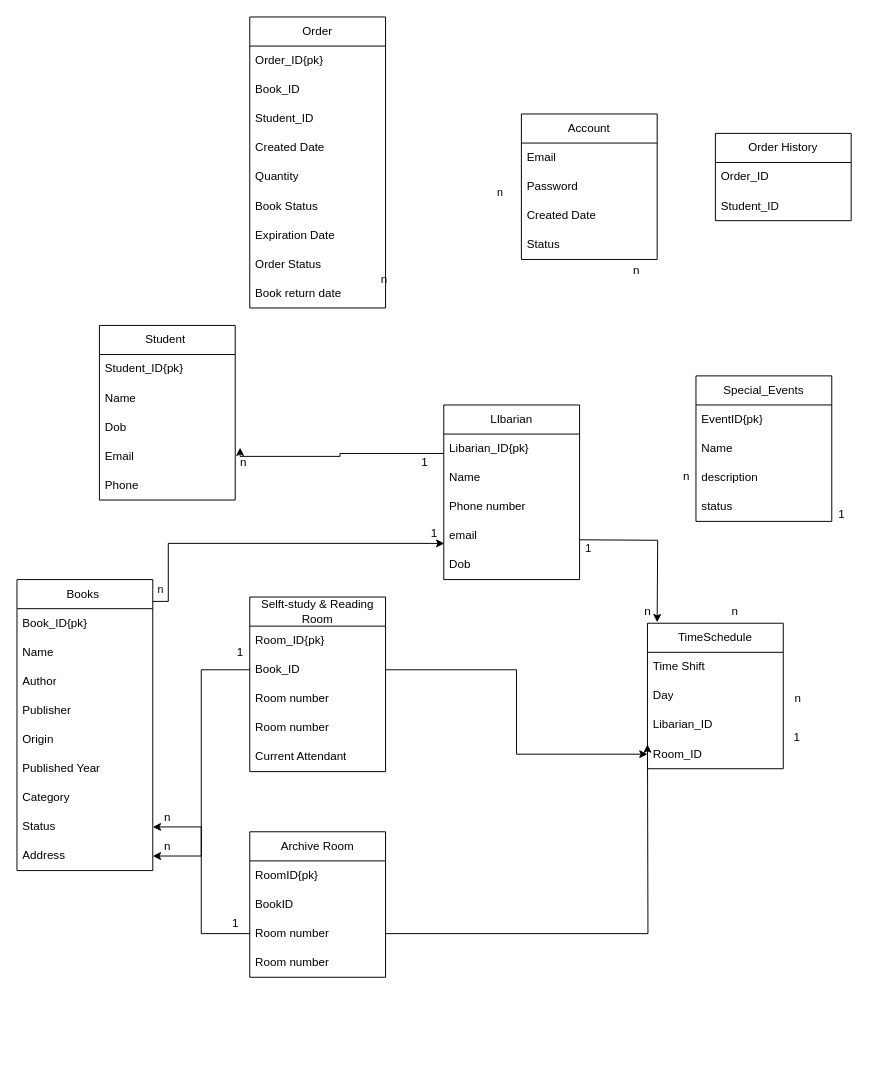
This is table_relations.drawio from Dovanvu09/LibraryManagement, a draw.io file, before an edit. Source tidied: cells renumbered, new cells numbered last; positions are measured from the earlier drawing's top-left corner, leaving out a move shared by most shapes. Both pictures are drawn from the tidied source at 97%, with x=0, y=0 at pixel (16, 16).
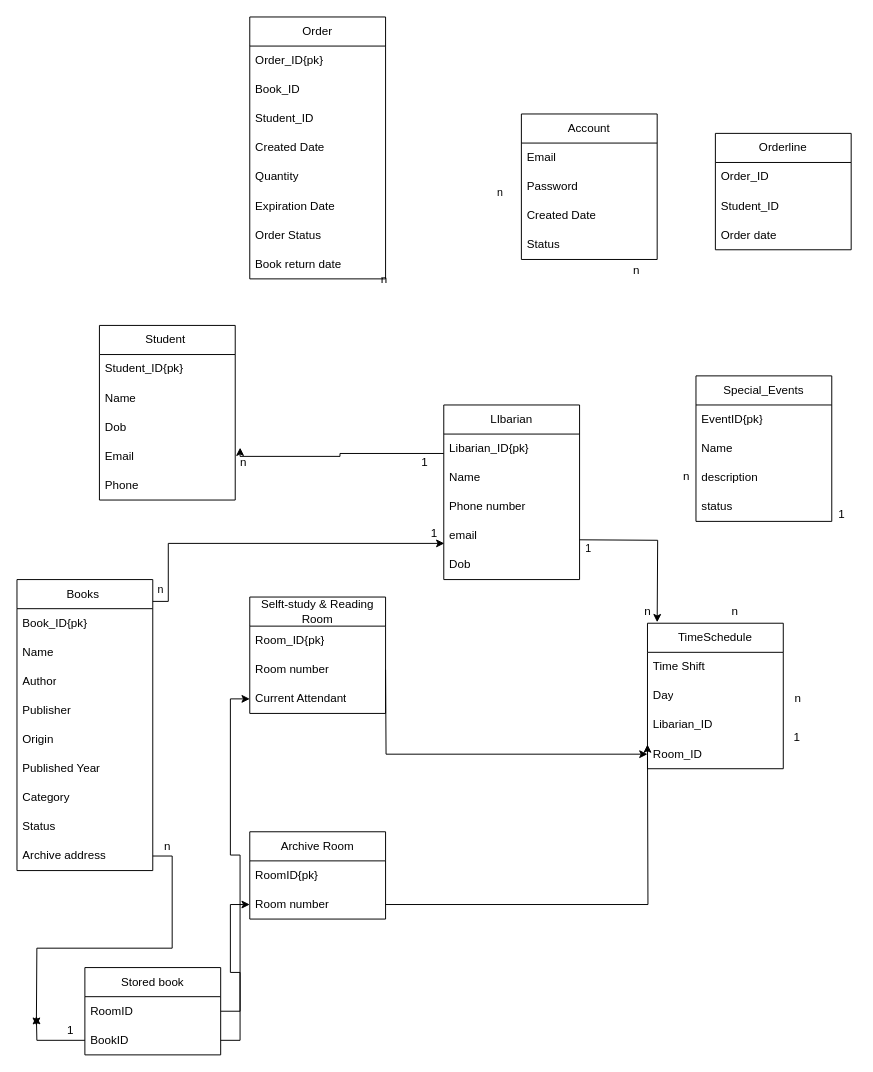
The same diagram, later.

Commit message:
Cập nhật table_relations.drawio

The change refers to these unchanged cells:
```xml
<mxCell id="10" value="Books&amp;nbsp;" style="swimlane;fontStyle=0;horizontal=1;startSize=30;whiteSpace=wrap;html=1;" parent="1" vertex="1">
  <mxGeometry y="580" width="140" height="300" as="geometry" />
</mxCell>
<mxCell id="18" value="Status" style="text;strokeColor=none;fillColor=none;align=left;verticalAlign=middle;spacingLeft=4;spacingRight=4;overflow=hidden;points=[[0,0.5],[1,0.5]];portConstraint=eastwest;whiteSpace=wrap;html=1;" parent="10" vertex="1">
  <mxGeometry y="240" width="140" height="30" as="geometry" />
</mxCell>
<mxCell id="30" value="Room_ID" style="text;strokeColor=none;fillColor=none;align=left;verticalAlign=middle;spacingLeft=4;spacingRight=4;overflow=hidden;points=[[0,0.5],[1,0.5]];portConstraint=eastwest;whiteSpace=wrap;html=1;" parent="26" vertex="1">
  <mxGeometry y="120" width="140" height="30" as="geometry" />
</mxCell>
```

What changed in the source:
```diff
@@
+    <mxCell id="88" style="edgeStyle=orthogonalEdgeStyle;rounded=0;jettySize=auto;html=1;exitX=1;exitY=0.5;exitDx=0;exitDy=0;" parent="10" edge="1" source="19">
+      <mxGeometry relative="1" as="geometry">
+        <mxPoint x="20" y="460" as="targetPoint" />
+      </mxGeometry>
+    </mxCell>
-    <mxCell id="19" value="Address" style="text;strokeColor=none;fillColor=none;align=left;verticalAlign=middle;spacingLeft=4;spacingRight=4;overflow=hidden;points=[[0,0.5],[1,0.5]];portConstraint=eastwest;whiteSpace=wrap;html=1;" parent="10" vertex="1">
+    <mxCell id="19" value="Archive address" style="text;strokeColor=none;fillColor=none;align=left;verticalAlign=middle;spacingLeft=4;spacingRight=4;overflow=hidden;points=[[0,0.5],[1,0.5]];portConstraint=eastwest;whiteSpace=wrap;html=1;" parent="10" vertex="1">
       <mxGeometry y="270" width="140" height="30" as="geometry" />
     </mxCell>
     <mxCell id="20" value="Selft-study &amp;amp; Reading Room" style="swimlane;fontStyle=0;horizontal=1;startSize=30;whiteSpace=wrap;html=1;" parent="1" vertex="1">
-      <mxGeometry x="240" y="598" width="140" height="180" as="geometry" />
+      <mxGeometry x="240" y="598" width="140" height="120" as="geometry" />
     </mxCell>
@@
-    <mxCell id="22" value="Book_ID" style="text;strokeColor=none;fillColor=none;align=left;verticalAlign=middle;spacingLeft=4;spacingRight=4;overflow=hidden;points=[[0,0.5],[1,0.5]];portConstraint=eastwest;whiteSpace=wrap;html=1;" parent="20" vertex="1">
-      <mxGeometry y="60" width="140" height="30" as="geometry" />
-    </mxCell>
     <mxCell id="23" value="Room number" style="text;strokeColor=none;fillColor=none;align=left;verticalAlign=middle;spacingLeft=4;spacingRight=4;overflow=hidden;whiteSpace=wrap;html=1;" parent="20" vertex="1">
-      <mxGeometry y="90" width="140" height="30" as="geometry" />
+      <mxGeometry y="60" width="140" height="30" as="geometry" />
     </mxCell>
-    <mxCell id="24" value="Room number" style="text;strokeColor=none;fillColor=none;align=left;verticalAlign=middle;spacingLeft=4;spacingRight=4;overflow=hidden;whiteSpace=wrap;html=1;" parent="20" vertex="1">
-      <mxGeometry y="120" width="140" height="30" as="geometry" />
-    </mxCell>
     <mxCell id="25" value="Current Attendant" style="text;strokeColor=none;fillColor=none;align=left;verticalAlign=middle;spacingLeft=4;spacingRight=4;overflow=hidden;points=[[0,0.5],[1,0.5]];portConstraint=eastwest;whiteSpace=wrap;html=1;" parent="20" vertex="1">
-      <mxGeometry y="150" width="140" height="30" as="geometry" />
+      <mxGeometry y="90" width="140" height="30" as="geometry" />
     </mxCell>
@@
-    <mxCell id="48" style="edgeStyle=orthogonalEdgeStyle;rounded=0;jettySize=auto;html=1;exitX=0;exitY=0.5;exitDx=0;exitDy=0;entryX=1;entryY=0.5;entryDx=0;entryDy=0;" parent="1" edge="1" source="22" target="19">
-      <mxGeometry relative="1" as="geometry" />
-    </mxCell>
-    <mxCell id="49" value="1" style="text;html=1;align=center;verticalAlign=middle;strokeColor=none;fillColor=none;" parent="1" vertex="1">
-      <mxGeometry x="215" y="640" width="30" height="30" as="geometry" />
-    </mxCell>
@@
     <mxCell id="57" value="Archive Room" style="swimlane;fontStyle=0;horizontal=1;startSize=30;whiteSpace=wrap;html=1;" parent="1" vertex="1">
-      <mxGeometry x="240" y="840" width="140" height="150" as="geometry" />
+      <mxGeometry x="240" y="840" width="140" height="90" as="geometry" />
     </mxCell>
@@
-    <mxCell id="59" value="BookID" style="text;strokeColor=none;fillColor=none;align=left;verticalAlign=middle;spacingLeft=4;spacingRight=4;overflow=hidden;points=[[0,0.5],[1,0.5]];portConstraint=eastwest;whiteSpace=wrap;html=1;" parent="57" vertex="1">
-      <mxGeometry y="60" width="140" height="30" as="geometry" />
-    </mxCell>
@@
     <mxCell id="61" value="Room number" style="text;strokeColor=none;fillColor=none;align=left;verticalAlign=middle;spacingLeft=4;spacingRight=4;overflow=hidden;points=[[0,0.5],[1,0.5]];portConstraint=eastwest;whiteSpace=wrap;html=1;" parent="57" vertex="1">
-      <mxGeometry y="90" width="140" height="30" as="geometry" />
+      <mxGeometry y="60" width="140" height="30" as="geometry" />
     </mxCell>
-    <mxCell id="62" value="Room number" style="text;strokeColor=none;fillColor=none;align=left;verticalAlign=middle;spacingLeft=4;spacingRight=4;overflow=hidden;whiteSpace=wrap;html=1;" parent="57" vertex="1">
-      <mxGeometry y="120" width="140" height="30" as="geometry" />
-    </mxCell>
-    <mxCell id="63" value="n" style="text;html=1;align=center;verticalAlign=middle;strokeColor=none;fillColor=none;" parent="1" vertex="1">
-      <mxGeometry x="140" y="810" width="30" height="30" as="geometry" />
-    </mxCell>
-    <mxCell id="64" style="edgeStyle=orthogonalEdgeStyle;rounded=0;jettySize=auto;html=1;exitX=0;exitY=0.5;exitDx=0;exitDy=0;entryX=1;entryY=0.5;entryDx=0;entryDy=0;" parent="1" edge="1" source="61" target="18">
-      <mxGeometry relative="1" as="geometry" />
-    </mxCell>
     <mxCell id="65" value="1" style="text;html=1;align=center;verticalAlign=middle;strokeColor=none;fillColor=none;" parent="1" vertex="1">
-      <mxGeometry x="210" y="920" width="30" height="30" as="geometry" />
+      <mxGeometry x="40" y="1030" width="30" height="30" as="geometry" />
     </mxCell>
-    <mxCell id="66" style="edgeStyle=orthogonalEdgeStyle;rounded=0;jettySize=auto;html=1;exitX=1;exitY=0.5;exitDx=0;exitDy=0;entryX=0;entryY=0.5;entryDx=0;entryDy=0;" parent="1" edge="1" source="22" target="30">
-      <mxGeometry relative="1" as="geometry" />
+    <mxCell id="66" style="edgeStyle=orthogonalEdgeStyle;rounded=0;jettySize=auto;html=1;exitX=1;exitY=0.5;exitDx=0;exitDy=0;entryX=0;entryY=0.5;entryDx=0;entryDy=0;" parent="1" edge="1" target="30">
+      <mxGeometry relative="1" as="geometry">
+        <mxPoint x="380" y="673" as="sourcePoint" />
+      </mxGeometry>
     </mxCell>
@@
-    <mxCell id="74" value="Order History" style="swimlane;fontStyle=0;horizontal=1;startSize=30;whiteSpace=wrap;html=1;" parent="1" vertex="1">
-      <mxGeometry x="720" y="120" width="140" height="90" as="geometry" />
+    <mxCell id="74" value="Orderline" style="swimlane;fontStyle=0;horizontal=1;startSize=30;whiteSpace=wrap;html=1;" parent="1" vertex="1">
+      <mxGeometry x="720" y="120" width="140" height="120" as="geometry" />
     </mxCell>
@@
+    <mxCell id="89" value="Order date" style="text;strokeColor=none;fillColor=none;align=left;verticalAlign=middle;spacingLeft=4;spacingRight=4;overflow=hidden;whiteSpace=wrap;html=1;" parent="74" vertex="1">
+      <mxGeometry y="90" width="140" height="30" as="geometry" />
+    </mxCell>
@@
     <mxCell id="78" value="Order" style="swimlane;fontStyle=0;horizontal=1;startSize=30;whiteSpace=wrap;html=1;" parent="1" vertex="1">
-      <mxGeometry x="240" width="140" height="300" as="geometry" />
+      <mxGeometry x="240" width="140" height="270" as="geometry" />
     </mxCell>
@@
-    <mxCell id="84" value="Book Status" style="text;strokeColor=none;fillColor=none;align=left;verticalAlign=middle;spacingLeft=4;spacingRight=4;overflow=hidden;whiteSpace=wrap;html=1;" parent="78" vertex="1">
-      <mxGeometry y="180" width="140" height="30" as="geometry" />
-    </mxCell>
     <mxCell id="85" value="Expiration Date" style="text;strokeColor=none;fillColor=none;align=left;verticalAlign=middle;spacingLeft=4;spacingRight=4;overflow=hidden;whiteSpace=wrap;html=1;" parent="78" vertex="1">
-      <mxGeometry y="210" width="140" height="30" as="geometry" />
+      <mxGeometry y="180" width="140" height="30" as="geometry" />
     </mxCell>
     <mxCell id="86" value="Order Status" style="text;strokeColor=none;fillColor=none;align=left;verticalAlign=middle;spacingLeft=4;spacingRight=4;overflow=hidden;whiteSpace=wrap;html=1;" parent="78" vertex="1">
-      <mxGeometry y="240" width="140" height="30" as="geometry" />
+      <mxGeometry y="210" width="140" height="30" as="geometry" />
     </mxCell>
     <mxCell id="87" value="Book return date" style="text;strokeColor=none;fillColor=none;align=left;verticalAlign=middle;spacingLeft=4;spacingRight=4;overflow=hidden;whiteSpace=wrap;html=1;" parent="78" vertex="1">
-      <mxGeometry y="270" width="140" height="30" as="geometry" />
+      <mxGeometry y="240" width="140" height="30" as="geometry" />
     </mxCell>
+    <mxCell id="90" value="Stored book" style="swimlane;fontStyle=0;horizontal=1;startSize=30;whiteSpace=wrap;html=1;" parent="1" vertex="1">
+      <mxGeometry x="70" y="980" width="140" height="90" as="geometry" />
+    </mxCell>
+    <mxCell id="91" value="RoomID" style="text;strokeColor=none;fillColor=none;align=left;verticalAlign=middle;spacingLeft=4;spacingRight=4;overflow=hidden;points=[[0,0.5],[1,0.5]];portConstraint=eastwest;whiteSpace=wrap;html=1;" parent="90" vertex="1">
+      <mxGeometry y="30" width="140" height="30" as="geometry" />
+    </mxCell>
+    <mxCell id="92" style="edgeStyle=orthogonalEdgeStyle;rounded=0;jettySize=auto;html=1;exitX=0;exitY=0.5;exitDx=0;exitDy=0;" parent="90" edge="1" source="59">
+      <mxGeometry relative="1" as="geometry">
+        <mxPoint x="-50" y="50" as="targetPoint" />
+      </mxGeometry>
+    </mxCell>
+    <mxCell id="59" value="BookID" style="text;strokeColor=none;fillColor=none;align=left;verticalAlign=middle;spacingLeft=4;spacingRight=4;overflow=hidden;points=[[0,0.5],[1,0.5]];portConstraint=eastwest;whiteSpace=wrap;html=1;" parent="90" vertex="1">
+      <mxGeometry y="60" width="140" height="30" as="geometry" />
+    </mxCell>
+    <mxCell id="93" style="edgeStyle=orthogonalEdgeStyle;rounded=0;jettySize=auto;html=1;exitX=1;exitY=0.5;exitDx=0;exitDy=0;" parent="1" edge="1" source="59" target="61">
+      <mxGeometry relative="1" as="geometry" />
+    </mxCell>
+    <mxCell id="94" style="edgeStyle=orthogonalEdgeStyle;rounded=0;jettySize=auto;html=1;exitX=1;exitY=0.5;exitDx=0;exitDy=0;entryX=0;entryY=0.5;entryDx=0;entryDy=0;" parent="1" edge="1" source="91" target="25">
+      <mxGeometry relative="1" as="geometry" />
+    </mxCell>
```
